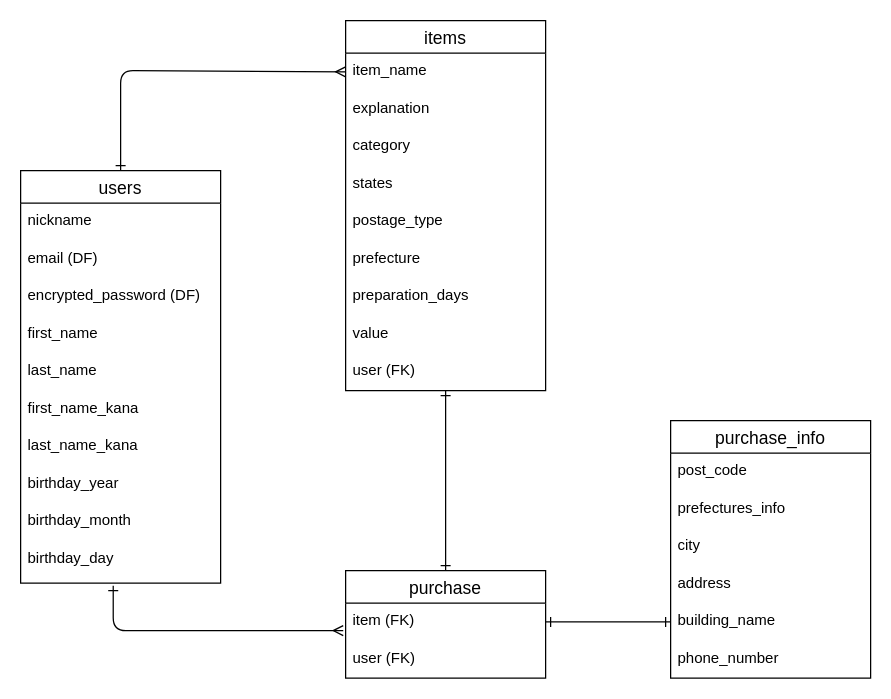
NRM129/furima-38877 keeps this draw.io diagram as FURIMA-38877.dio. Above is the earlier version. Source tidied: cells renumbered, new cells numbered last; positions are measured from the earlier drawing's top-left corner, leaving out a move shared by most shapes. Both pictures are drawn from the tidied source at 125%, with x=0, y=0 at pixel (20, 20).
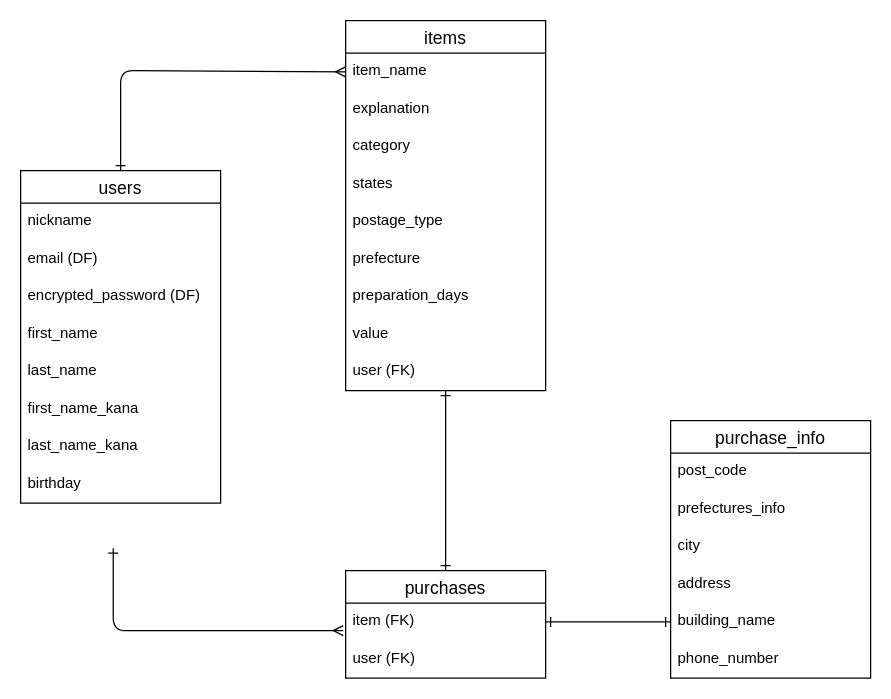
After the change.

Unchanged cells that the change refers to:
```xml
<mxCell id="25" value="item (FK)" style="text;strokeColor=none;fillColor=none;spacingLeft=4;spacingRight=4;overflow=hidden;points=[[0,0.5],[1,0.5]];portConstraint=eastwest;fontSize=12;" parent="24" vertex="1">
  <mxGeometry y="26" width="160" height="30" as="geometry" />
</mxCell>
```

Change to the diagram source:
```diff
@@
     <mxCell id="2" value="users" style="swimlane;fontStyle=0;horizontal=1;startSize=26;align=center;fontSize=14;" parent="1" vertex="1">
-      <mxGeometry y="120" width="160" height="330" as="geometry" />
+      <mxGeometry y="120" width="160" height="266" as="geometry" />
     </mxCell>
@@
-    <mxCell id="10" value="birthday_year" style="text;strokeColor=none;fillColor=none;spacingLeft=4;spacingRight=4;overflow=hidden;fontSize=12;" parent="2" vertex="1">
+    <mxCell id="10" value="birthday" style="text;strokeColor=none;fillColor=none;spacingLeft=4;spacingRight=4;overflow=hidden;fontSize=12;" parent="2" vertex="1">
       <mxGeometry y="236" width="160" height="30" as="geometry" />
     </mxCell>
-    <mxCell id="11" value="birthday_month" style="text;strokeColor=none;fillColor=none;spacingLeft=4;spacingRight=4;overflow=hidden;fontSize=12;" parent="2" vertex="1">
-      <mxGeometry y="266" width="160" height="30" as="geometry" />
-    </mxCell>
-    <mxCell id="12" value="birthday_day" style="text;strokeColor=none;fillColor=none;spacingLeft=4;spacingRight=4;overflow=hidden;points=[[0,0.5],[1,0.5]];portConstraint=eastwest;fontSize=12;" parent="2" vertex="1">
-      <mxGeometry y="296" width="160" height="34" as="geometry" />
-    </mxCell>
@@
-    <mxCell id="24" value="purchase" style="swimlane;fontStyle=0;horizontal=1;startSize=26;align=center;fontSize=14;" parent="1" vertex="1">
+    <mxCell id="24" value="purchases" style="swimlane;fontStyle=0;horizontal=1;startSize=26;align=center;fontSize=14;" parent="1" vertex="1">
       <mxGeometry x="260" y="440" width="160" height="86" as="geometry" />
     </mxCell>
@@
-    <mxCell id="34" style="edgeStyle=orthogonalEdgeStyle;fontSize=12;html=1;endArrow=ERmany;entryX=-0.012;entryY=0.733;entryDx=0;entryDy=0;entryPerimeter=0;exitX=0.463;exitY=1.059;exitDx=0;exitDy=0;exitPerimeter=0;startArrow=ERone;startFill=0;" parent="1" edge="1" source="12" target="25">
+    <mxCell id="34" style="edgeStyle=orthogonalEdgeStyle;fontSize=12;html=1;endArrow=ERmany;entryX=-0.012;entryY=0.733;entryDx=0;entryDy=0;entryPerimeter=0;exitX=0.463;exitY=1.059;exitDx=0;exitDy=0;exitPerimeter=0;startArrow=ERone;startFill=0;" parent="1" edge="1" target="25">
       <mxGeometry relative="1" as="geometry">
+        <mxPoint x="74.1" y="422" as="sourcePoint" />
         <Array as="points">
           <mxPoint x="74" y="488" />
         </Array>
       </mxGeometry>
     </mxCell>
```
